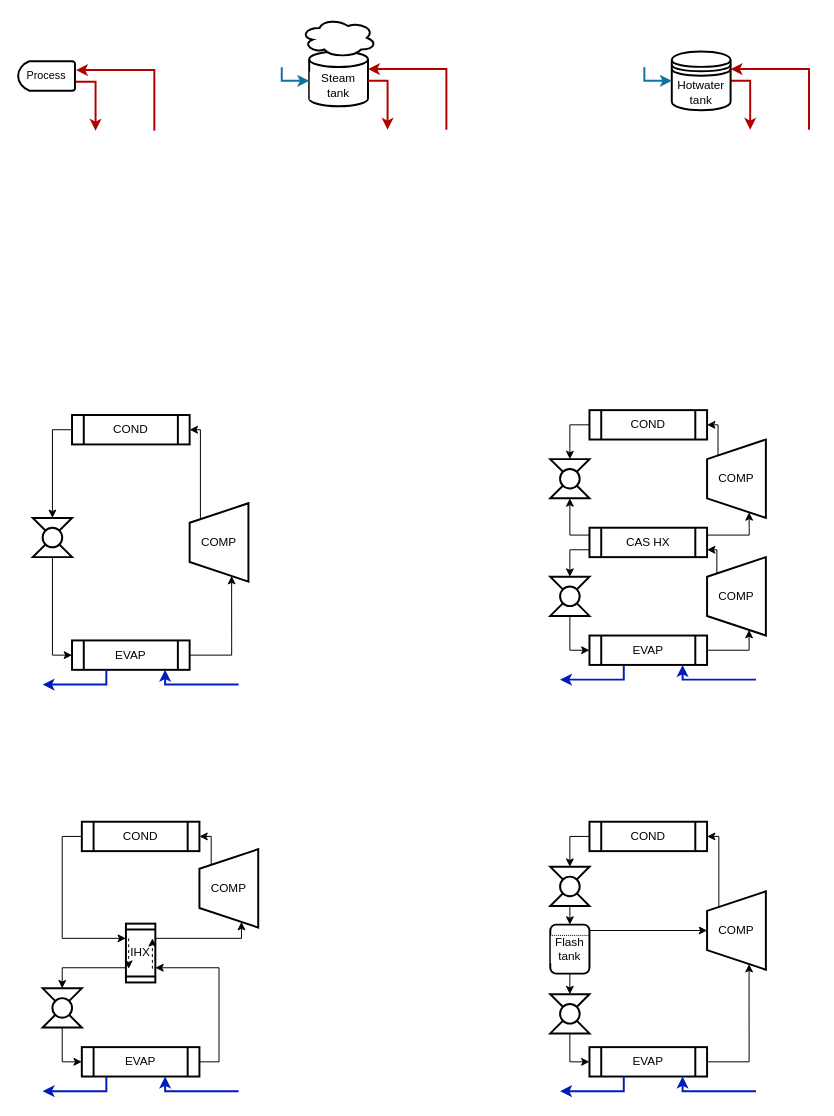
Before: Figs/Layout.drawio in bsohplatform/hp_design-level2, a draw.io diagram. Source tidied: cells renumbered, new cells numbered last; positions are measured from the earlier drawing's top-left corner, leaving out a move shared by most shapes. Both pictures are drawn from the tidied source at 98%, with x=0, y=0 at pixel (18, 18).
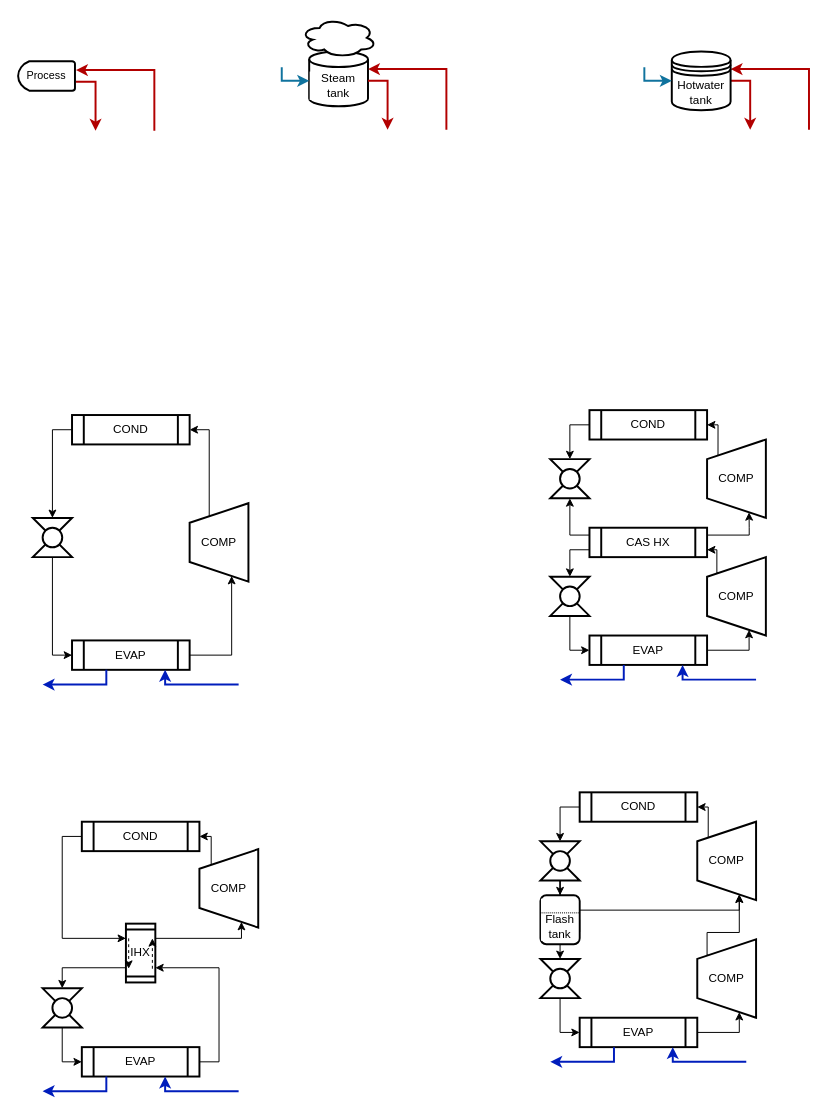
After the change.

The change refers to these unchanged cells:
```xml
<mxCell id="20" value="COMP" style="shape=trapezoid;perimeter=trapezoidPerimeter;whiteSpace=wrap;html=1;fixedSize=1;sketch=0;rounded=0;shadow=0;direction=north;strokeWidth=2;" parent="1" vertex="1">
  <mxGeometry x="175" y="495" width="60" height="80" as="geometry" />
</mxCell>
<mxCell id="25" value="COND" style="shape=process;whiteSpace=wrap;html=1;backgroundOutline=1;rounded=0;shadow=0;sketch=0;strokeWidth=2;" parent="1" vertex="1">
  <mxGeometry x="55" y="405" width="120" height="30" as="geometry" />
</mxCell>
```

What changed in the source:
```diff
@@
+    <mxCell id="23" style="edgeStyle=orthogonalEdgeStyle;rounded=0;jettySize=auto;html=1;exitX=1;exitY=0.25;exitDx=0;exitDy=0;entryX=1;entryY=0.5;entryDx=0;entryDy=0;" parent="1" edge="1" source="20" target="25">
+      <mxGeometry relative="1" as="geometry" />
+    </mxCell>
@@
-    <mxCell id="23" style="edgeStyle=orthogonalEdgeStyle;rounded=0;jettySize=auto;html=1;exitX=1;exitY=0;exitDx=0;exitDy=0;entryX=1;entryY=0.5;entryDx=0;entryDy=0;" parent="1" edge="1" source="20" target="25">
-      <mxGeometry relative="1" as="geometry">
-        <Array as="points">
-          <mxPoint x="186" y="511" />
-          <mxPoint x="186" y="420" />
-        </Array>
-      </mxGeometry>
-    </mxCell>
@@
-    <mxCell id="44" value="COMP" style="shape=trapezoid;perimeter=trapezoidPerimeter;whiteSpace=wrap;html=1;fixedSize=1;sketch=0;rounded=0;shadow=0;direction=north;strokeWidth=2;" parent="1" vertex="1">
-      <mxGeometry x="703" y="891" width="60" height="80" as="geometry" />
-    </mxCell>
-    <mxCell id="45" style="edgeStyle=orthogonalEdgeStyle;rounded=0;jettySize=auto;html=1;entryX=0;entryY=0.75;entryDx=0;entryDy=0;exitX=1;exitY=0.5;exitDx=0;exitDy=0;" parent="1" edge="1" source="46" target="44">
-      <mxGeometry relative="1" as="geometry">
-        <Array as="points">
-          <mxPoint x="746" y="1065" />
-        </Array>
-      </mxGeometry>
-    </mxCell>
-    <mxCell id="46" value="EVAP" style="shape=process;whiteSpace=wrap;html=1;backgroundOutline=1;rounded=0;shadow=0;sketch=0;strokeWidth=2;" parent="1" vertex="1">
-      <mxGeometry x="583" y="1050" width="120" height="30" as="geometry" />
-    </mxCell>
-    <mxCell id="47" style="edgeStyle=orthogonalEdgeStyle;rounded=0;jettySize=auto;html=1;exitX=1;exitY=0;exitDx=0;exitDy=0;entryX=1;entryY=0.5;entryDx=0;entryDy=0;" parent="1" edge="1" source="44" target="49">
-      <mxGeometry relative="1" as="geometry">
-        <Array as="points">
-          <mxPoint x="715" y="835" />
-        </Array>
-      </mxGeometry>
-    </mxCell>
-    <mxCell id="48" style="edgeStyle=orthogonalEdgeStyle;rounded=0;jettySize=auto;html=1;exitX=0;exitY=0.5;exitDx=0;exitDy=0;" parent="1" edge="1" source="49" target="54">
-      <mxGeometry relative="1" as="geometry" />
-    </mxCell>
-    <mxCell id="49" value="COND" style="shape=process;whiteSpace=wrap;html=1;backgroundOutline=1;rounded=0;shadow=0;sketch=0;strokeWidth=2;" parent="1" vertex="1">
-      <mxGeometry x="583" y="820" width="120" height="30" as="geometry" />
-    </mxCell>
-    <mxCell id="50" style="edgeStyle=orthogonalEdgeStyle;rounded=0;jettySize=auto;html=1;entryX=0;entryY=0.5;entryDx=0;entryDy=0;" parent="1" edge="1" source="51" target="46">
-      <mxGeometry relative="1" as="geometry" />
-    </mxCell>
-    <mxCell id="51" style="shape=collate;whiteSpace=wrap;html=1;rounded=0;shadow=0;sketch=0;strokeWidth=2;" parent="1" vertex="1">
-      <mxGeometry x="543" y="996" width="40" height="40" as="geometry" />
-    </mxCell>
-    <mxCell id="52" style="ellipse;whiteSpace=wrap;html=1;rounded=0;shadow=0;sketch=0;strokeWidth=2;" parent="1" vertex="1">
-      <mxGeometry x="553" y="1006" width="20" height="20" as="geometry" />
-    </mxCell>
-    <mxCell id="53" style="edgeStyle=orthogonalEdgeStyle;rounded=0;jettySize=auto;html=1;exitX=0.5;exitY=1;exitDx=0;exitDy=0;entryX=0;entryY=0.5;entryDx=0;entryDy=0;" parent="1" edge="1" source="54" target="58">
-      <mxGeometry relative="1" as="geometry" />
-    </mxCell>
-    <mxCell id="54" style="shape=collate;whiteSpace=wrap;html=1;rounded=0;shadow=0;sketch=0;strokeWidth=2;" parent="1" vertex="1">
-      <mxGeometry x="543" y="866" width="40" height="40" as="geometry" />
-    </mxCell>
-    <mxCell id="55" style="ellipse;whiteSpace=wrap;html=1;rounded=0;shadow=0;sketch=0;strokeWidth=2;" parent="1" vertex="1">
-      <mxGeometry x="553" y="876" width="20" height="20" as="geometry" />
-    </mxCell>
-    <mxCell id="56" style="edgeStyle=orthogonalEdgeStyle;rounded=0;jettySize=auto;html=1;exitX=1;exitY=0.5;exitDx=0;exitDy=0;entryX=0.5;entryY=0;entryDx=0;entryDy=0;" parent="1" edge="1" source="58" target="51">
-      <mxGeometry relative="1" as="geometry" />
-    </mxCell>
-    <mxCell id="57" style="edgeStyle=orthogonalEdgeStyle;rounded=0;jettySize=auto;html=1;exitX=0.12;exitY=0.002;exitDx=0;exitDy=0;entryX=0.5;entryY=0;entryDx=0;entryDy=0;exitPerimeter=0;" parent="1" edge="1" source="58" target="44">
-      <mxGeometry relative="1" as="geometry" />
-    </mxCell>
-    <mxCell id="58" value="Flash tank" style="rounded=1;whiteSpace=wrap;html=1;shadow=0;labelBackgroundColor=#FFFFFF;sketch=0;strokeWidth=2;direction=south;" parent="1" vertex="1">
-      <mxGeometry x="543" y="925" width="40" height="50" as="geometry" />
-    </mxCell>
-    <mxCell id="59" style="endArrow=none;html=1;rounded=0;exitX=0.5;exitY=1;exitDx=0;exitDy=0;entryX=0.5;entryY=0;entryDx=0;entryDy=0;dashed=1;dashPattern=1 1;" parent="1" edge="1">
-      <mxGeometry relative="1" as="geometry">
-        <mxPoint x="543" y="936" as="sourcePoint" />
-        <mxPoint x="583" y="936" as="targetPoint" />
-      </mxGeometry>
-    </mxCell>
@@
-    <mxCell id="77" style="edgeStyle=segmentEdgeStyle;endArrow=classic;html=1;rounded=0;entryX=0.75;entryY=1;entryDx=0;entryDy=0;strokeWidth=2;fillColor=#0050ef;strokeColor=#001DBC;" parent="1" edge="1">
-      <mxGeometry relative="1" as="geometry">
-        <mxPoint x="753" y="1095" as="sourcePoint" />
-        <mxPoint x="678" y="1080" as="targetPoint" />
-      </mxGeometry>
-    </mxCell>
-    <mxCell id="78" style="edgeStyle=segmentEdgeStyle;endArrow=classic;html=1;rounded=0;exitX=0.25;exitY=1;exitDx=0;exitDy=0;strokeWidth=2;fillColor=#0050ef;strokeColor=#001DBC;" parent="1" edge="1">
-      <mxGeometry relative="1" as="geometry">
-        <mxPoint x="618" y="1080" as="sourcePoint" />
-        <mxPoint x="553" y="1095" as="targetPoint" />
-        <Array as="points">
-          <mxPoint x="618" y="1095" />
-        </Array>
-      </mxGeometry>
-    </mxCell>
+    <mxCell id="79" style="edgeStyle=orthogonalEdgeStyle;rounded=0;jettySize=auto;html=1;exitX=0.799;exitY=0.186;exitDx=0;exitDy=0;exitPerimeter=0;entryX=0;entryY=0.75;entryDx=0;entryDy=0;" parent="1" edge="1" source="80" target="86">
+      <mxGeometry relative="1" as="geometry">
+        <Array as="points">
+          <mxPoint x="703" y="956" />
+          <mxPoint x="703" y="933" />
+          <mxPoint x="736" y="933" />
+        </Array>
+      </mxGeometry>
+    </mxCell>
+    <mxCell id="80" value="COMP" style="shape=trapezoid;perimeter=trapezoidPerimeter;whiteSpace=wrap;html=1;fixedSize=1;sketch=0;rounded=0;shadow=0;direction=north;strokeWidth=2;" parent="1" vertex="1">
+      <mxGeometry x="693" y="940" width="60" height="80" as="geometry" />
+    </mxCell>
+    <mxCell id="81" style="edgeStyle=orthogonalEdgeStyle;rounded=0;jettySize=auto;html=1;entryX=0;entryY=0.75;entryDx=0;entryDy=0;exitX=1;exitY=0.5;exitDx=0;exitDy=0;" parent="1" edge="1" source="46" target="80">
+      <mxGeometry relative="1" as="geometry">
+        <Array as="points">
+          <mxPoint x="736" y="1035" />
+        </Array>
+      </mxGeometry>
+    </mxCell>
+    <mxCell id="46" value="EVAP" style="shape=process;whiteSpace=wrap;html=1;backgroundOutline=1;rounded=0;shadow=0;sketch=0;strokeWidth=2;" parent="1" vertex="1">
+      <mxGeometry x="573" y="1020" width="120" height="30" as="geometry" />
+    </mxCell>
+    <mxCell id="82" style="edgeStyle=orthogonalEdgeStyle;rounded=0;jettySize=auto;html=1;entryX=0;entryY=0.5;entryDx=0;entryDy=0;" parent="1" edge="1" source="83" target="46">
+      <mxGeometry relative="1" as="geometry" />
+    </mxCell>
+    <mxCell id="83" style="shape=collate;whiteSpace=wrap;html=1;rounded=0;shadow=0;sketch=0;strokeWidth=2;" parent="1" vertex="1">
+      <mxGeometry x="533" y="960" width="40" height="40" as="geometry" />
+    </mxCell>
+    <mxCell id="84" style="ellipse;whiteSpace=wrap;html=1;rounded=0;shadow=0;sketch=0;strokeWidth=2;" parent="1" vertex="1">
+      <mxGeometry x="543" y="970" width="20" height="20" as="geometry" />
+    </mxCell>
+    <mxCell id="85" style="edgeStyle=orthogonalEdgeStyle;rounded=0;jettySize=auto;html=1;exitX=0.799;exitY=0.186;exitDx=0;exitDy=0;entryX=1;entryY=0.5;entryDx=0;entryDy=0;exitPerimeter=0;" parent="1" edge="1" source="86" target="49">
+      <mxGeometry relative="1" as="geometry">
+        <Array as="points">
+          <mxPoint x="704" y="805" />
+        </Array>
+      </mxGeometry>
+    </mxCell>
+    <mxCell id="86" value="COMP" style="shape=trapezoid;perimeter=trapezoidPerimeter;whiteSpace=wrap;html=1;fixedSize=1;sketch=0;rounded=0;shadow=0;direction=north;strokeWidth=2;" parent="1" vertex="1">
+      <mxGeometry x="693" y="820" width="60" height="80" as="geometry" />
+    </mxCell>
+    <mxCell id="87" style="edgeStyle=orthogonalEdgeStyle;rounded=0;jettySize=auto;html=1;entryX=0.5;entryY=0;entryDx=0;entryDy=0;exitX=0;exitY=0.5;exitDx=0;exitDy=0;" parent="1" edge="1" source="49" target="89">
+      <mxGeometry relative="1" as="geometry" />
+    </mxCell>
+    <mxCell id="49" value="COND" style="shape=process;whiteSpace=wrap;html=1;backgroundOutline=1;rounded=0;shadow=0;sketch=0;strokeWidth=2;" parent="1" vertex="1">
+      <mxGeometry x="573" y="790" width="120" height="30" as="geometry" />
+    </mxCell>
+    <mxCell id="88" style="edgeStyle=orthogonalEdgeStyle;rounded=0;jettySize=auto;html=1;" parent="1" edge="1" source="89" target="58">
+      <mxGeometry relative="1" as="geometry" />
+    </mxCell>
+    <mxCell id="89" style="shape=collate;whiteSpace=wrap;html=1;rounded=0;shadow=0;sketch=0;strokeWidth=2;" parent="1" vertex="1">
+      <mxGeometry x="533" y="840" width="40" height="40" as="geometry" />
+    </mxCell>
+    <mxCell id="90" style="ellipse;whiteSpace=wrap;html=1;rounded=0;shadow=0;sketch=0;strokeWidth=2;" parent="1" vertex="1">
+      <mxGeometry x="543" y="850" width="20" height="20" as="geometry" />
+    </mxCell>
+    <mxCell id="91" style="edgeStyle=segmentEdgeStyle;endArrow=classic;html=1;rounded=0;entryX=0.75;entryY=1;entryDx=0;entryDy=0;strokeWidth=2;fillColor=#0050ef;strokeColor=#001DBC;" parent="1" edge="1">
+      <mxGeometry relative="1" as="geometry">
+        <mxPoint x="743" y="1065" as="sourcePoint" />
+        <mxPoint x="668" y="1050" as="targetPoint" />
+      </mxGeometry>
+    </mxCell>
+    <mxCell id="92" style="edgeStyle=segmentEdgeStyle;endArrow=classic;html=1;rounded=0;exitX=0.25;exitY=1;exitDx=0;exitDy=0;strokeWidth=2;fillColor=#0050ef;strokeColor=#001DBC;" parent="1" edge="1">
+      <mxGeometry relative="1" as="geometry">
+        <mxPoint x="608" y="1050" as="sourcePoint" />
+        <mxPoint x="543" y="1065" as="targetPoint" />
+        <Array as="points">
+          <mxPoint x="608" y="1065" />
+        </Array>
+      </mxGeometry>
+    </mxCell>
+    <mxCell id="93" style="edgeStyle=orthogonalEdgeStyle;rounded=0;jettySize=auto;html=1;exitX=1;exitY=0.5;exitDx=0;exitDy=0;entryX=0.5;entryY=0;entryDx=0;entryDy=0;" parent="1" edge="1" source="58" target="83">
+      <mxGeometry relative="1" as="geometry" />
+    </mxCell>
+    <mxCell id="94" style="edgeStyle=orthogonalEdgeStyle;rounded=0;jettySize=auto;html=1;exitX=0.304;exitY=0.005;exitDx=0;exitDy=0;entryX=0;entryY=0.75;entryDx=0;entryDy=0;exitPerimeter=0;" parent="1" edge="1" source="58" target="86">
+      <mxGeometry relative="1" as="geometry">
+        <Array as="points">
+          <mxPoint x="736" y="910" />
+        </Array>
+      </mxGeometry>
+    </mxCell>
+    <mxCell id="58" value="&lt;br&gt;Flash tank" style="rounded=1;whiteSpace=wrap;html=1;shadow=0;labelBackgroundColor=#FFFFFF;sketch=0;strokeWidth=2;direction=south;" parent="1" vertex="1">
+      <mxGeometry x="533" y="895" width="40" height="50" as="geometry" />
+    </mxCell>
+    <mxCell id="95" style="edgeStyle=orthogonalEdgeStyle;rounded=0;jettySize=auto;html=1;entryX=0.5;entryY=0;entryDx=0;entryDy=0;exitX=0;exitY=0.75;exitDx=0;exitDy=0;endArrow=none;" parent="1" edge="1" target="58">
+      <mxGeometry relative="1" as="geometry">
+        <mxPoint x="573" y="932.5" as="sourcePoint" />
+      </mxGeometry>
+    </mxCell>
+    <mxCell id="96" style="endArrow=none;html=1;rounded=0;exitX=0.5;exitY=1;exitDx=0;exitDy=0;entryX=0.5;entryY=0;entryDx=0;entryDy=0;dashed=1;dashPattern=1 1;" parent="1" edge="1">
+      <mxGeometry relative="1" as="geometry">
+        <mxPoint x="533" y="913" as="sourcePoint" />
+        <mxPoint x="573" y="913" as="targetPoint" />
+      </mxGeometry>
+    </mxCell>
```
